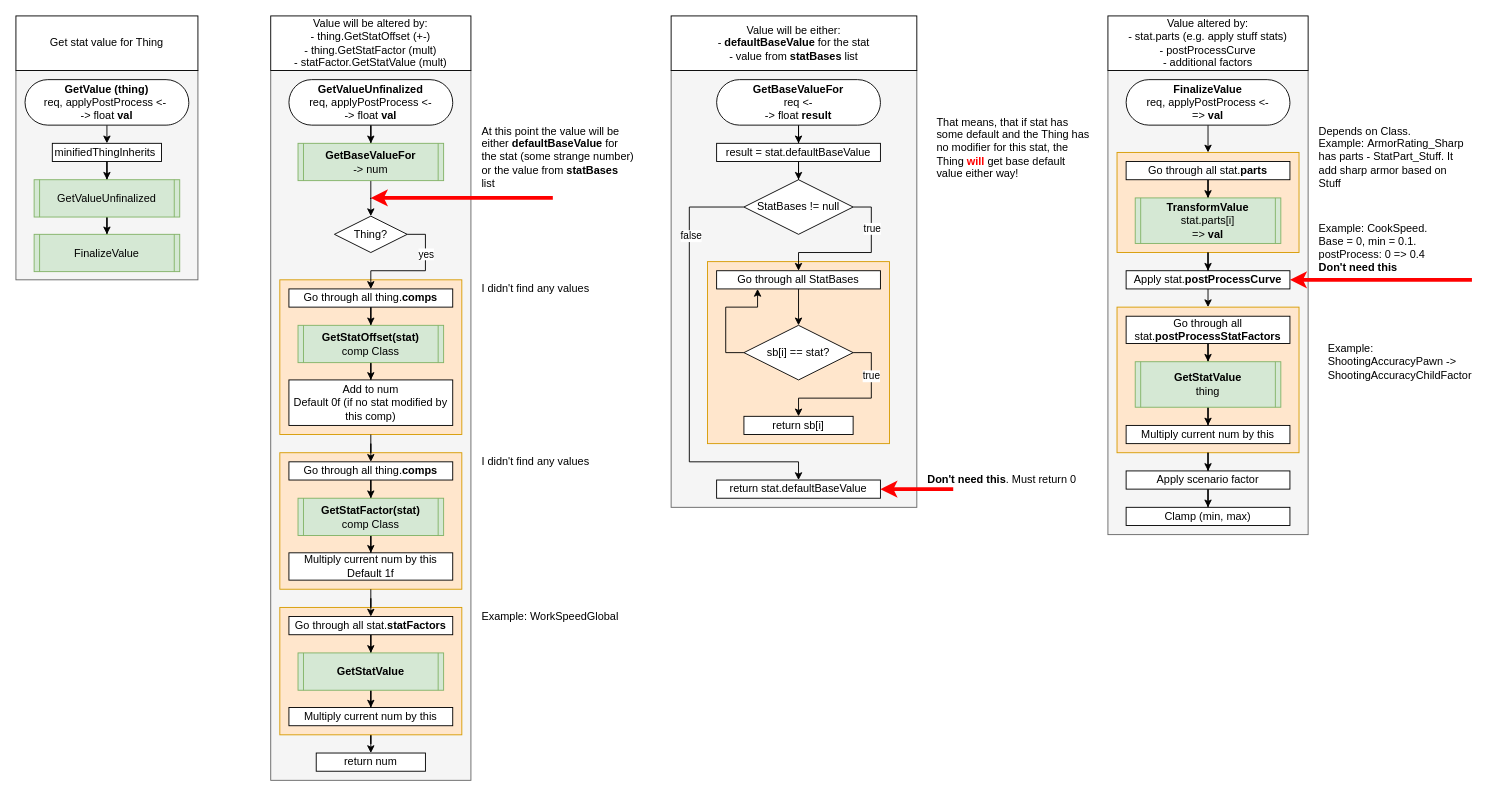
This is Ideas/diagrams/StatWorker.GetValue.drawio from mitasamodel/RW_Outfitted, a draw.io file, before an edit. Source tidied: cells renumbered, new cells numbered last; positions are measured from the earlier drawing's top-left corner, leaving out a move shared by most shapes. Both pictures are drawn from the tidied source at 91%, with x=0, y=0 at pixel (15, 15).
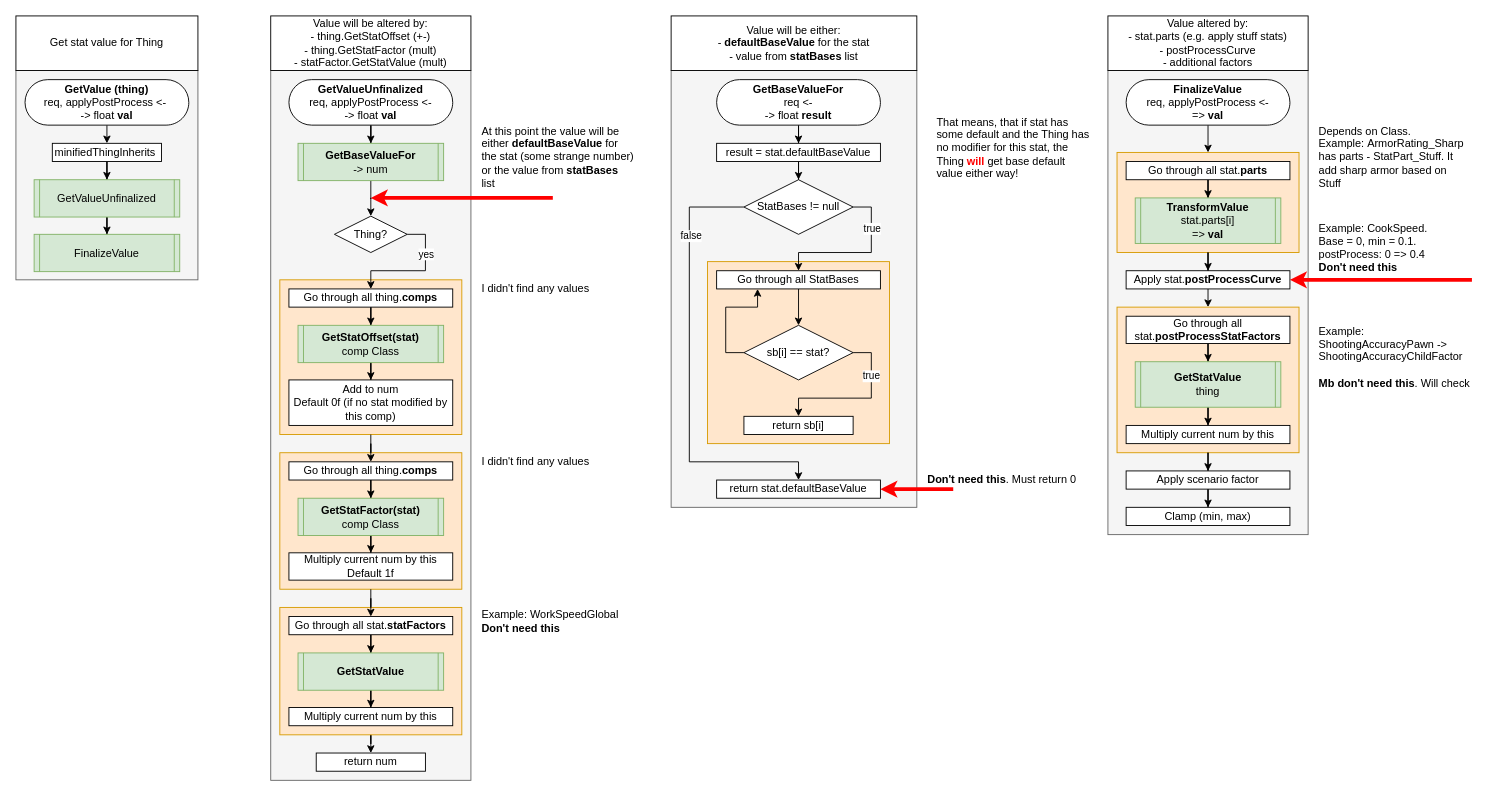
After the change.

The change refers to these unchanged cells:
```xml
<mxCell id="54" style="group;" parent="1" vertex="1">
  <mxGeometry x="1200" width="410" height="570" as="geometry" />
</mxCell>
```

The edit, as a diff of the source:
```diff
@@
-    <mxCell id="3" value="Example:&amp;nbsp;WorkSpeedGlobal" style="text;html=1;align=left;verticalAlign=middle;whiteSpace=wrap;rounded=0;" parent="1" vertex="1">
-      <mxGeometry x="510" y="650" width="170" height="20" as="geometry" />
+    <mxCell id="3" value="Example:&amp;nbsp;WorkSpeedGlobal&lt;div&gt;&lt;b&gt;Don't need this&lt;/b&gt;&lt;/div&gt;" style="text;html=1;align=left;verticalAlign=middle;whiteSpace=wrap;rounded=0;" parent="1" vertex="1">
+      <mxGeometry x="510" y="650" width="170" height="30" as="geometry" />
     </mxCell>
@@
-    <mxCell id="57" value="Example:&amp;nbsp;&lt;div&gt;ShootingAccuracyPawn -&amp;gt;&lt;/div&gt;&lt;div&gt;&lt;span style=&quot;background-color: transparent; color: light-dark(rgb(0, 0, 0), rgb(255, 255, 255));&quot;&gt;ShootingAccuracyChildFactor&lt;/span&gt;&lt;/div&gt;" style="text;html=1;align=left;verticalAlign=middle;whiteSpace=wrap;rounded=0;" parent="54" vertex="1">
-      <mxGeometry x="240" y="360" width="170" height="40" as="geometry" />
+    <mxCell id="57" value="Example:&amp;nbsp;&lt;div&gt;ShootingAccuracyPawn -&amp;gt;&lt;/div&gt;&lt;div&gt;&lt;span style=&quot;background-color: transparent; color: light-dark(rgb(0, 0, 0), rgb(255, 255, 255));&quot;&gt;ShootingAccuracyChildFactor&lt;/span&gt;&lt;/div&gt;&lt;div&gt;&lt;span style=&quot;background-color: transparent; color: light-dark(rgb(0, 0, 0), rgb(255, 255, 255));&quot;&gt;&lt;br&gt;&lt;/span&gt;&lt;/div&gt;&lt;div&gt;&lt;span style=&quot;background-color: transparent; color: light-dark(rgb(0, 0, 0), rgb(255, 255, 255));&quot;&gt;&lt;b&gt;Mb don't need this&lt;/b&gt;. Will check&lt;/span&gt;&lt;/div&gt;" style="text;html=1;align=left;verticalAlign=middle;whiteSpace=wrap;rounded=0;" parent="54" vertex="1">
+      <mxGeometry x="230" y="340" width="170" height="70" as="geometry" />
     </mxCell>
```
